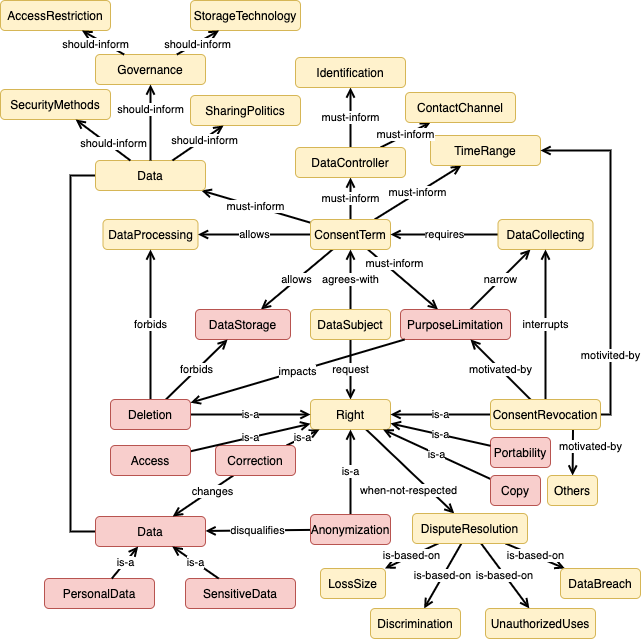
Above: img/DataDeletionImpact.png in phalves/GoDReP (draw.io), before the change. Source tidied: cells renumbered, new cells last; positions are measured from the earlier drawing's top-left corner, leaving out a move shared by most shapes.
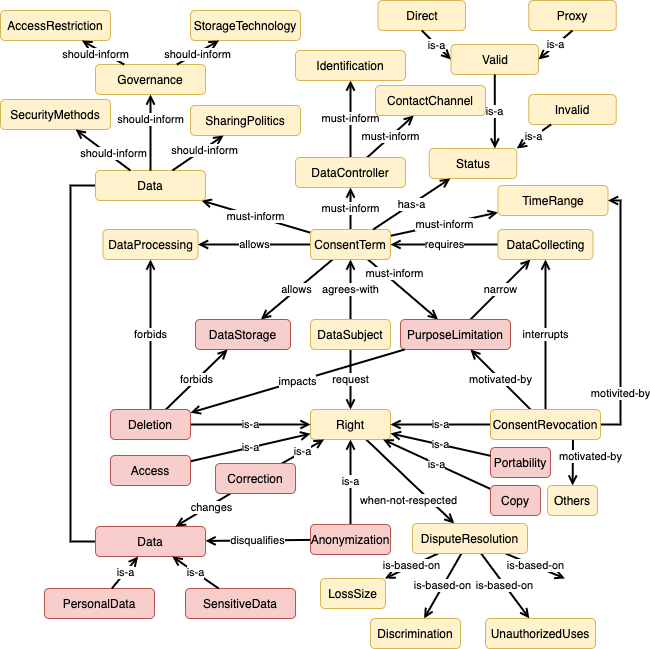
Above is the later version.

Commit message:
Updating the scenario impact images

What changed in the source:
```diff
@@ -33,7 +33,7 @@
       <mxGeometry x="400" y="309" width="110" height="30" as="geometry" />
     </mxCell>
     <mxCell id="12" value="TimeRange" style="rounded=1;whiteSpace=wrap;html=1;fillColor=#fff2cc;strokeColor=#d6b656;" parent="1" vertex="1">
-      <mxGeometry x="430" y="135" width="110" height="30" as="geometry" />
+      <mxGeometry x="497.5" y="175" width="110" height="30" as="geometry" />
     </mxCell>
     <mxCell id="13" value="must-inform" style="edgeStyle=none;rounded=0;jettySize=auto;html=1;endArrow=open;endFill=0;strokeWidth=2;" parent="1" edge="1" source="15" target="19">
       <mxGeometry relative="1" as="geometry" />
@@ -59,10 +59,10 @@
       <mxGeometry relative="1" as="geometry" />
     </mxCell>
     <mxCell id="19" value="Identification" style="rounded=1;whiteSpace=wrap;html=1;fillColor=#fff2cc;strokeColor=#d6b656;" parent="1" vertex="1">
-      <mxGeometry x="295" y="57" width="110" height="30" as="geometry" />
+      <mxGeometry x="295" y="40" width="110" height="30" as="geometry" />
     </mxCell>
     <mxCell id="20" value="ContactChannel" style="rounded=1;whiteSpace=wrap;html=1;fillColor=#fff2cc;strokeColor=#d6b656;" parent="1" vertex="1">
-      <mxGeometry x="405" y="92" width="110" height="30" as="geometry" />
+      <mxGeometry x="375" y="75" width="110" height="30" as="geometry" />
     </mxCell>
     <mxCell id="21" value="Data" style="rounded=1;whiteSpace=wrap;html=1;fillColor=#f8cecc;strokeColor=#b85450;" parent="1" vertex="1">
       <mxGeometry x="95" y="516" width="110" height="30" as="geometry" />
@@ -103,12 +103,12 @@
     <mxCell id="33" value="motivited-by" style="edgeStyle=none;rounded=0;jettySize=auto;html=1;endArrow=open;endFill=0;strokeWidth=2;" parent="1" edge="1" source="35" target="12">
       <mxGeometry x="-0.6" relative="1" as="geometry">
         <Array as="points">
-          <mxPoint x="610" y="414" />
-          <mxPoint x="610" y="150" />
+          <mxPoint x="620" y="414" />
+          <mxPoint x="620" y="190" />
         </Array>
       </mxGeometry>
     </mxCell>
-    <mxCell id="34" value="motivated-by" style="edgeStyle=none;rounded=0;jettySize=auto;html=1;endArrow=open;endFill=0;strokeWidth=2;exitX=0.75;exitY=1;exitDx=0;exitDy=0;" parent="1" edge="1" source="35" target="60">
+    <mxCell id="34" value="motivated-by" style="edgeStyle=none;rounded=0;jettySize=auto;html=1;endArrow=open;endFill=0;strokeWidth=2;exitX=0.75;exitY=1;exitDx=0;exitDy=0;" parent="1" edge="1" source="35" target="59">
       <mxGeometry x="-0.26" y="18" relative="1" as="geometry" />
     </mxCell>
     <mxCell id="35" value="ConsentRevocation" style="rounded=1;whiteSpace=wrap;html=1;fillColor=#fff2cc;strokeColor=#d6b656;" parent="1" vertex="1">
@@ -130,7 +130,7 @@
       <mxGeometry x="-0.29" y="2" relative="1" as="geometry" />
     </mxCell>
     <mxCell id="41" value="Correction" style="rounded=1;whiteSpace=wrap;html=1;fillColor=#f8cecc;strokeColor=#b85450;" parent="1" vertex="1">
-      <mxGeometry x="215" y="445" width="80" height="30" as="geometry" />
+      <mxGeometry x="215" y="453" width="80" height="30" as="geometry" />
     </mxCell>
     <mxCell id="42" value="is-a" style="edgeStyle=none;rounded=0;jettySize=auto;html=1;endArrow=open;endFill=0;strokeWidth=2;" parent="1" edge="1" source="45" target="26">
       <mxGeometry relative="1" as="geometry" />
@@ -156,8 +156,10 @@
     <mxCell id="49" value="is-based-on" style="edgeStyle=none;rounded=0;jettySize=auto;html=1;endArrow=open;endFill=0;strokeWidth=2;" parent="1" edge="1" source="51" target="54">
       <mxGeometry relative="1" as="geometry" />
     </mxCell>
-    <mxCell id="50" value="is-based-on" style="edgeStyle=none;rounded=0;jettySize=auto;html=1;endArrow=open;endFill=0;strokeWidth=2;" parent="1" edge="1" source="51" target="55">
-      <mxGeometry relative="1" as="geometry" />
+    <mxCell id="50" value="is-based-on" style="edgeStyle=none;rounded=0;jettySize=auto;html=1;endArrow=open;endFill=0;strokeWidth=2;" parent="1" edge="1" source="51">
+      <mxGeometry relative="1" as="geometry">
+        <mxPoint x="564.4" y="568" as="targetPoint" />
+      </mxGeometry>
     </mxCell>
     <mxCell id="51" value="DisputeResolution" style="rounded=1;whiteSpace=wrap;html=1;fillColor=#fff2cc;strokeColor=#d6b656;" parent="1" vertex="1">
       <mxGeometry x="412" y="513" width="115" height="30" as="geometry" />
@@ -171,74 +173,101 @@
     <mxCell id="54" value="UnauthorizedUses" style="rounded=1;whiteSpace=wrap;html=1;fillColor=#fff2cc;strokeColor=#d6b656;" parent="1" vertex="1">
       <mxGeometry x="485" y="608" width="110" height="30" as="geometry" />
     </mxCell>
-    <mxCell id="55" value="DataBreach" style="rounded=1;whiteSpace=wrap;html=1;fillColor=#fff2cc;strokeColor=#d6b656;" parent="1" vertex="1">
-      <mxGeometry x="560" y="568" width="80" height="30" as="geometry" />
+    <mxCell id="55" value="is-a" style="edgeStyle=none;rounded=0;jettySize=auto;html=1;endArrow=open;endFill=0;strokeWidth=2;" parent="1" edge="1" source="56" target="26">
+      <mxGeometry relative="1" as="geometry" />
     </mxCell>
-    <mxCell id="56" value="is-a" style="edgeStyle=none;rounded=0;jettySize=auto;html=1;endArrow=open;endFill=0;strokeWidth=2;" parent="1" edge="1" source="57" target="26">
-      <mxGeometry relative="1" as="geometry" />
+    <mxCell id="56" value="Access" style="rounded=1;whiteSpace=wrap;html=1;fillColor=#f8cecc;strokeColor=#b85450;" parent="1" vertex="1">
+      <mxGeometry x="110" y="445" width="80" height="30" as="geometry" />
     </mxCell>
-    <mxCell id="57" value="Access" style="rounded=1;whiteSpace=wrap;html=1;fillColor=#f8cecc;strokeColor=#b85450;" parent="1" vertex="1">
-      <mxGeometry x="110" y="445" width="80" height="30" as="geometry" />
+    <mxCell id="57" value="is-a" style="edgeStyle=none;rounded=0;jettySize=auto;html=1;endArrow=open;endFill=0;strokeWidth=2;" parent="1" edge="1" source="58" target="26">
+      <mxGeometry relative="1" as="geometry" />
     </mxCell>
-    <mxCell id="58" value="is-a" style="edgeStyle=none;rounded=0;jettySize=auto;html=1;endArrow=open;endFill=0;strokeWidth=2;" parent="1" edge="1" source="59" target="26">
-      <mxGeometry relative="1" as="geometry" />
+    <mxCell id="58" value="Copy" style="rounded=1;whiteSpace=wrap;html=1;fillColor=#f8cecc;strokeColor=#b85450;" parent="1" vertex="1">
+      <mxGeometry x="490" y="475" width="50" height="30" as="geometry" />
     </mxCell>
-    <mxCell id="59" value="Copy" style="rounded=1;whiteSpace=wrap;html=1;fillColor=#f8cecc;strokeColor=#b85450;" parent="1" vertex="1">
-      <mxGeometry x="490" y="475" width="50" height="30" as="geometry" />
+    <mxCell id="59" value="Others" style="rounded=1;whiteSpace=wrap;html=1;fillColor=#fff2cc;strokeColor=#d6b656;" parent="1" vertex="1">
+      <mxGeometry x="547" y="475" width="50" height="30" as="geometry" />
     </mxCell>
-    <mxCell id="60" value="Others" style="rounded=1;whiteSpace=wrap;html=1;fillColor=#fff2cc;strokeColor=#d6b656;" parent="1" vertex="1">
-      <mxGeometry x="547" y="475" width="50" height="30" as="geometry" />
+    <mxCell id="60" value="PersonalData" style="rounded=1;whiteSpace=wrap;html=1;fillColor=#f8cecc;strokeColor=#b85450;" parent="1" vertex="1">
+      <mxGeometry x="44" y="578" width="110" height="30" as="geometry" />
     </mxCell>
-    <mxCell id="61" value="PersonalData" style="rounded=1;whiteSpace=wrap;html=1;fillColor=#f8cecc;strokeColor=#b85450;" parent="1" vertex="1">
-      <mxGeometry x="44" y="578" width="110" height="30" as="geometry" />
+    <mxCell id="61" value="SensitiveData" style="rounded=1;whiteSpace=wrap;html=1;fillColor=#f8cecc;strokeColor=#b85450;" parent="1" vertex="1">
+      <mxGeometry x="185" y="578" width="110" height="30" as="geometry" />
     </mxCell>
-    <mxCell id="62" value="SensitiveData" style="rounded=1;whiteSpace=wrap;html=1;fillColor=#f8cecc;strokeColor=#b85450;" parent="1" vertex="1">
-      <mxGeometry x="185" y="578" width="110" height="30" as="geometry" />
+    <mxCell id="62" value="is-a" style="edgeStyle=none;rounded=0;jettySize=auto;html=1;endArrow=open;endFill=0;strokeWidth=2;" parent="1" edge="1" source="60" target="21">
+      <mxGeometry relative="1" as="geometry" />
     </mxCell>
     <mxCell id="63" value="is-a" style="edgeStyle=none;rounded=0;jettySize=auto;html=1;endArrow=open;endFill=0;strokeWidth=2;" parent="1" edge="1" source="61" target="21">
       <mxGeometry relative="1" as="geometry" />
     </mxCell>
-    <mxCell id="64" value="is-a" style="edgeStyle=none;rounded=0;jettySize=auto;html=1;endArrow=open;endFill=0;strokeWidth=2;" parent="1" edge="1" source="62" target="21">
-      <mxGeometry relative="1" as="geometry" />
+    <mxCell id="64" value="Portability" style="rounded=1;whiteSpace=wrap;html=1;fillColor=#f8cecc;strokeColor=#b85450;" parent="1" vertex="1">
+      <mxGeometry x="490" y="437" width="60" height="30" as="geometry" />
     </mxCell>
-    <mxCell id="65" value="Portability" style="rounded=1;whiteSpace=wrap;html=1;fillColor=#f8cecc;strokeColor=#b85450;" parent="1" vertex="1">
-      <mxGeometry x="490" y="437" width="60" height="30" as="geometry" />
+    <mxCell id="65" value="is-a" style="edgeStyle=none;rounded=0;jettySize=auto;html=1;endArrow=open;endFill=0;strokeWidth=2;" parent="1" edge="1" source="64" target="26">
+      <mxGeometry relative="1" as="geometry" />
     </mxCell>
-    <mxCell id="66" value="is-a" style="edgeStyle=none;rounded=0;jettySize=auto;html=1;endArrow=open;endFill=0;strokeWidth=2;" parent="1" edge="1" source="65" target="26">
-      <mxGeometry relative="1" as="geometry" />
+    <mxCell id="66" value="SecurityMethods" style="rounded=1;whiteSpace=wrap;html=1;fillColor=#fff2cc;strokeColor=#d6b656;" parent="1" vertex="1">
+      <mxGeometry y="89" width="110" height="30" as="geometry" />
     </mxCell>
-    <mxCell id="67" value="SecurityMethods" style="rounded=1;whiteSpace=wrap;html=1;fillColor=#fff2cc;strokeColor=#d6b656;" parent="1" vertex="1">
-      <mxGeometry y="89" width="110" height="30" as="geometry" />
+    <mxCell id="67" value="Governance" style="rounded=1;whiteSpace=wrap;html=1;fillColor=#fff2cc;strokeColor=#d6b656;" parent="1" vertex="1">
+      <mxGeometry x="95" y="54" width="110" height="30" as="geometry" />
     </mxCell>
-    <mxCell id="68" value="Governance" style="rounded=1;whiteSpace=wrap;html=1;fillColor=#fff2cc;strokeColor=#d6b656;" parent="1" vertex="1">
-      <mxGeometry x="95" y="54" width="110" height="30" as="geometry" />
+    <mxCell id="68" value="SharingPolitics" style="rounded=1;whiteSpace=wrap;html=1;fillColor=#fff2cc;strokeColor=#d6b656;" parent="1" vertex="1">
+      <mxGeometry x="190" y="95" width="110" height="30" as="geometry" />
     </mxCell>
-    <mxCell id="69" value="SharingPolitics" style="rounded=1;whiteSpace=wrap;html=1;fillColor=#fff2cc;strokeColor=#d6b656;" parent="1" vertex="1">
-      <mxGeometry x="190" y="95" width="110" height="30" as="geometry" />
+    <mxCell id="69" value="should-inform" style="edgeStyle=none;rounded=0;jettySize=auto;html=1;endArrow=open;endFill=0;strokeWidth=2;" parent="1" edge="1" source="17" target="68">
+      <mxGeometry x="0.21" y="-2" relative="1" as="geometry" />
     </mxCell>
-    <mxCell id="70" value="should-inform" style="edgeStyle=none;rounded=0;jettySize=auto;html=1;endArrow=open;endFill=0;strokeWidth=2;" parent="1" edge="1" source="17" target="69">
-      <mxGeometry x="0.21" y="-2" relative="1" as="geometry" />
+    <mxCell id="70" value="should-inform" style="edgeStyle=none;rounded=0;jettySize=auto;html=1;endArrow=open;endFill=0;strokeWidth=2;" parent="1" edge="1" source="17" target="66">
+      <mxGeometry x="-0.31" y="-3" relative="1" as="geometry" />
     </mxCell>
     <mxCell id="71" value="should-inform" style="edgeStyle=none;rounded=0;jettySize=auto;html=1;endArrow=open;endFill=0;strokeWidth=2;" parent="1" edge="1" source="17" target="67">
-      <mxGeometry x="-0.31" y="-3" relative="1" as="geometry" />
+      <mxGeometry x="0.33" relative="1" as="geometry" />
     </mxCell>
-    <mxCell id="72" value="should-inform" style="edgeStyle=none;rounded=0;jettySize=auto;html=1;endArrow=open;endFill=0;strokeWidth=2;" parent="1" edge="1" source="17" target="68">
-      <mxGeometry x="0.33" relative="1" as="geometry" />
+    <mxCell id="72" value="AccessRestriction" style="rounded=1;whiteSpace=wrap;html=1;fillColor=#fff2cc;strokeColor=#d6b656;" parent="1" vertex="1">
+      <mxGeometry width="110" height="30" as="geometry" />
     </mxCell>
-    <mxCell id="73" value="AccessRestriction" style="rounded=1;whiteSpace=wrap;html=1;fillColor=#fff2cc;strokeColor=#d6b656;" parent="1" vertex="1">
-      <mxGeometry width="110" height="30" as="geometry" />
+    <mxCell id="73" value="StorageTechnology" style="rounded=1;whiteSpace=wrap;html=1;fillColor=#fff2cc;strokeColor=#d6b656;" parent="1" vertex="1">
+      <mxGeometry x="190" width="110" height="30" as="geometry" />
     </mxCell>
-    <mxCell id="74" value="StorageTechnology" style="rounded=1;whiteSpace=wrap;html=1;fillColor=#fff2cc;strokeColor=#d6b656;" parent="1" vertex="1">
-      <mxGeometry x="190" width="110" height="30" as="geometry" />
+    <mxCell id="74" value="should-inform" style="edgeStyle=none;rounded=0;jettySize=auto;html=1;endArrow=open;endFill=0;strokeWidth=2;" parent="1" edge="1" source="67" target="72">
+      <mxGeometry x="0.25" y="6" relative="1" as="geometry" />
     </mxCell>
-    <mxCell id="75" value="should-inform" style="edgeStyle=none;rounded=0;jettySize=auto;html=1;endArrow=open;endFill=0;strokeWidth=2;" parent="1" edge="1" source="68" target="73">
-      <mxGeometry x="0.25" y="6" relative="1" as="geometry" />
+    <mxCell id="75" value="should-inform" style="edgeStyle=none;rounded=0;jettySize=auto;html=1;endArrow=open;endFill=0;strokeWidth=2;" parent="1" edge="1" source="67" target="73">
+      <mxGeometry x="-0.05" y="-2" relative="1" as="geometry" />
     </mxCell>
-    <mxCell id="76" value="should-inform" style="edgeStyle=none;rounded=0;jettySize=auto;html=1;endArrow=open;endFill=0;strokeWidth=2;" parent="1" edge="1" source="68" target="74">
-      <mxGeometry x="-0.05" y="-2" relative="1" as="geometry" />
+    <mxCell id="76" value="impacts" style="edgeStyle=none;rounded=0;jettySize=auto;html=1;endArrow=open;endFill=0;strokeWidth=2;" parent="1" edge="1" source="11" target="45">
+      <mxGeometry relative="1" as="geometry" />
     </mxCell>
-    <mxCell id="77" value="impacts" style="edgeStyle=none;rounded=0;jettySize=auto;html=1;endArrow=open;endFill=0;strokeWidth=2;" parent="1" edge="1" source="11" target="45">
-      <mxGeometry relative="1" as="geometry" />
+    <mxCell id="77" value="Status" style="rounded=1;whiteSpace=wrap;html=1;fillColor=#fff2cc;strokeColor=#d6b656;" parent="1" vertex="1">
+      <mxGeometry x="428.8" y="138" width="87.5" height="30" as="geometry" />
     </mxCell>
+    <mxCell id="78" value="has-a" style="edgeStyle=none;rounded=0;jettySize=auto;html=1;endArrow=open;endFill=0;strokeWidth=2;" parent="1" edge="1" source="9" target="77">
+      <mxGeometry relative="1" as="geometry" />
+    </mxCell>
+    <mxCell id="79" value="Valid" style="rounded=1;whiteSpace=wrap;html=1;fillColor=#fff2cc;strokeColor=#d6b656;" parent="1" vertex="1">
+      <mxGeometry x="450.5" y="34" width="87.5" height="30" as="geometry" />
+    </mxCell>
+    <mxCell id="80" value="Invalid" style="rounded=1;whiteSpace=wrap;html=1;fillColor=#fff2cc;strokeColor=#d6b656;" parent="1" vertex="1">
+      <mxGeometry x="528.2" y="84" width="87.5" height="30" as="geometry" />
+    </mxCell>
+    <mxCell id="81" value="is-a" style="edgeStyle=none;rounded=0;jettySize=auto;html=1;endArrow=open;endFill=0;strokeWidth=2;entryX=0.75;entryY=0;entryDx=0;entryDy=0;" parent="1" edge="1" source="79" target="77">
+      <mxGeometry relative="1" as="geometry" />
+    </mxCell>
+    <mxCell id="82" value="is-a" style="edgeStyle=none;rounded=0;jettySize=auto;html=1;endArrow=open;endFill=0;strokeWidth=2;entryX=1;entryY=0;entryDx=0;entryDy=0;" parent="1" edge="1" source="80" target="77">
+      <mxGeometry relative="1" as="geometry" />
+    </mxCell>
+    <mxCell id="83" value="Direct" style="rounded=1;whiteSpace=wrap;html=1;fillColor=#fff2cc;strokeColor=#d6b656;" parent="1" vertex="1">
+      <mxGeometry x="377.5" y="-10" width="87.5" height="30" as="geometry" />
+    </mxCell>
+    <mxCell id="84" value="Proxy" style="rounded=1;whiteSpace=wrap;html=1;fillColor=#fff2cc;strokeColor=#d6b656;" parent="1" vertex="1">
+      <mxGeometry x="528.2" y="-10" width="87.5" height="30" as="geometry" />
+    </mxCell>
+    <mxCell id="85" value="is-a" style="edgeStyle=none;rounded=0;jettySize=auto;html=1;endArrow=open;endFill=0;strokeWidth=2;exitX=0.5;exitY=1;exitDx=0;exitDy=0;entryX=0;entryY=0.5;entryDx=0;entryDy=0;" parent="1" edge="1" source="83" target="79">
+      <mxGeometry relative="1" as="geometry" />
+    </mxCell>
+    <mxCell id="86" value="is-a" style="edgeStyle=none;rounded=0;jettySize=auto;html=1;endArrow=open;endFill=0;strokeWidth=2;exitX=0.5;exitY=1;exitDx=0;exitDy=0;entryX=1;entryY=0.5;entryDx=0;entryDy=0;" parent="1" edge="1" source="84" target="79">
+      <mxGeometry relative="1" as="geometry" />
+    </mxCell>
   </root>
 </mxGraphModel>
```
